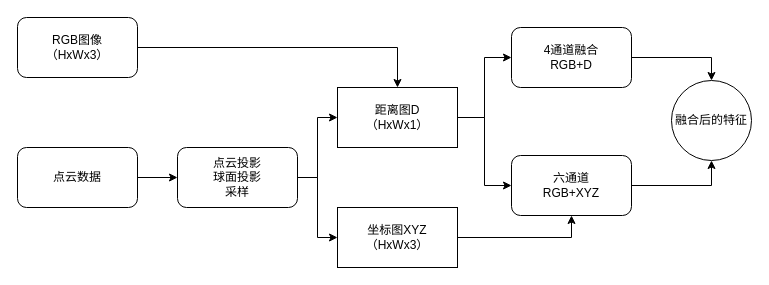
This is table.drawio from Albertchamberlain/draw_io, a draw.io file, before an edit. Source tidied: cells renumbered, new cells numbered last; positions are measured from the earlier drawing's top-left corner, leaving out a move shared by most shapes. Both pictures are drawn from the tidied source at 100%, with x=0, y=0 at pixel (17, 17).
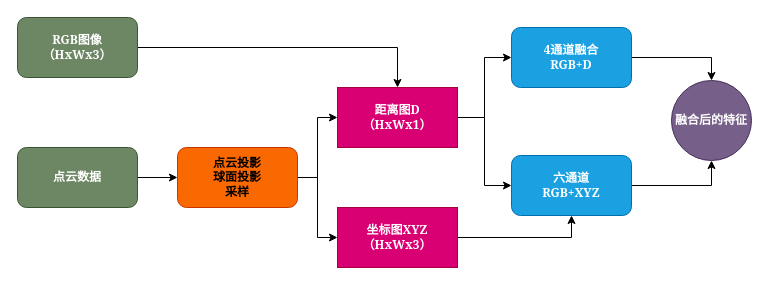
After the change.

Change to the diagram source:
```diff
@@
 <mxGraphModel>
   <root>
     <mxCell id="0" />
     <mxCell id="1" parent="0" />
     <mxCell id="2" style="edgeStyle=orthogonalEdgeStyle;rounded=0;jettySize=auto;html=1;entryX=0.5;entryY=0;entryDx=0;entryDy=0;" parent="1" edge="1" source="3" target="11">
       <mxGeometry relative="1" as="geometry" />
     </mxCell>
-    <mxCell id="3" value="RGB图像&lt;div&gt;（HxWx3）&lt;/div&gt;" style="rounded=1;whiteSpace=wrap;html=1;" parent="1" vertex="1">
+    <mxCell id="3" value="&lt;font face=&quot;Georgia&quot;&gt;&lt;b&gt;RGB图像&lt;/b&gt;&lt;/font&gt;&lt;div&gt;&lt;font face=&quot;Georgia&quot;&gt;&lt;b&gt;（HxWx3）&lt;/b&gt;&lt;/font&gt;&lt;/div&gt;" style="rounded=1;whiteSpace=wrap;html=1;fillColor=#6d8764;fontColor=#ffffff;strokeColor=#3A5431;" parent="1" vertex="1">
       <mxGeometry width="120" height="60" as="geometry" />
     </mxCell>
     <mxCell id="4" style="edgeStyle=orthogonalEdgeStyle;rounded=0;jettySize=auto;html=1;exitX=1;exitY=0.5;exitDx=0;exitDy=0;entryX=0;entryY=0.5;entryDx=0;entryDy=0;" parent="1" edge="1" source="5" target="8">
       <mxGeometry relative="1" as="geometry" />
     </mxCell>
-    <mxCell id="5" value="点云数据" style="rounded=1;whiteSpace=wrap;html=1;" parent="1" vertex="1">
+    <mxCell id="5" value="&lt;font face=&quot;Georgia&quot;&gt;&lt;b&gt;点云数据&lt;/b&gt;&lt;/font&gt;" style="rounded=1;whiteSpace=wrap;html=1;fillColor=#6d8764;fontColor=#ffffff;strokeColor=#3A5431;" parent="1" vertex="1">
       <mxGeometry y="130" width="120" height="60" as="geometry" />
     </mxCell>
     <mxCell id="6" style="edgeStyle=orthogonalEdgeStyle;rounded=0;jettySize=auto;html=1;exitX=1;exitY=0.5;exitDx=0;exitDy=0;entryX=0;entryY=0.5;entryDx=0;entryDy=0;" parent="1" edge="1" source="8" target="11">
       <mxGeometry relative="1" as="geometry" />
     </mxCell>
     <mxCell id="7" style="edgeStyle=orthogonalEdgeStyle;rounded=0;jettySize=auto;html=1;exitX=1;exitY=0.5;exitDx=0;exitDy=0;entryX=0;entryY=0.5;entryDx=0;entryDy=0;" parent="1" edge="1" source="8" target="13">
       <mxGeometry relative="1" as="geometry" />
     </mxCell>
-    <mxCell id="8" value="点云投影&lt;div&gt;球面投影&lt;/div&gt;&lt;div&gt;采样&lt;/div&gt;" style="rounded=1;whiteSpace=wrap;html=1;" parent="1" vertex="1">
+    <mxCell id="8" value="&lt;b&gt;&lt;font face=&quot;Georgia&quot;&gt;点云投影&lt;/font&gt;&lt;/b&gt;&lt;div&gt;&lt;b&gt;&lt;font face=&quot;Georgia&quot;&gt;球面投影&lt;/font&gt;&lt;/b&gt;&lt;/div&gt;&lt;div&gt;&lt;b&gt;&lt;font face=&quot;Georgia&quot;&gt;采样&lt;/font&gt;&lt;/b&gt;&lt;/div&gt;" style="rounded=1;whiteSpace=wrap;html=1;fillColor=#fa6800;fontColor=#000000;strokeColor=#C73500;" parent="1" vertex="1">
       <mxGeometry x="160" y="130" width="120" height="60" as="geometry" />
     </mxCell>
     <mxCell id="9" style="edgeStyle=orthogonalEdgeStyle;rounded=0;jettySize=auto;html=1;exitX=1;exitY=0.5;exitDx=0;exitDy=0;entryX=0;entryY=0.5;entryDx=0;entryDy=0;" parent="1" edge="1" source="11" target="17">
       <mxGeometry relative="1" as="geometry" />
     </mxCell>
     <mxCell id="10" style="edgeStyle=orthogonalEdgeStyle;rounded=0;jettySize=auto;html=1;exitX=1;exitY=0.5;exitDx=0;exitDy=0;entryX=0;entryY=0.5;entryDx=0;entryDy=0;" parent="1" edge="1" source="11" target="15">
       <mxGeometry relative="1" as="geometry" />
     </mxCell>
-    <mxCell id="11" value="距离图D&lt;div&gt;（HxWx1）&lt;/div&gt;" style="rounded=0;whiteSpace=wrap;html=1;" parent="1" vertex="1">
+    <mxCell id="11" value="&lt;font face=&quot;Georgia&quot;&gt;&lt;b&gt;距离图D&lt;/b&gt;&lt;/font&gt;&lt;div&gt;&lt;font face=&quot;Georgia&quot;&gt;&lt;b&gt;（HxWx1）&lt;/b&gt;&lt;/font&gt;&lt;/div&gt;" style="rounded=0;whiteSpace=wrap;html=1;fillColor=#d80073;fontColor=#ffffff;strokeColor=#A50040;" parent="1" vertex="1">
       <mxGeometry x="320" y="70" width="120" height="60" as="geometry" />
     </mxCell>
     <mxCell id="12" style="edgeStyle=orthogonalEdgeStyle;rounded=0;jettySize=auto;html=1;exitX=1;exitY=0.5;exitDx=0;exitDy=0;entryX=0.5;entryY=1;entryDx=0;entryDy=0;" parent="1" edge="1" source="13" target="15">
       <mxGeometry relative="1" as="geometry" />
     </mxCell>
-    <mxCell id="13" value="坐标图XYZ&lt;div&gt;（HxWx3）&lt;/div&gt;" style="rounded=0;whiteSpace=wrap;html=1;" parent="1" vertex="1">
+    <mxCell id="13" value="&lt;font face=&quot;Georgia&quot;&gt;&lt;b&gt;坐标图XYZ&lt;/b&gt;&lt;/font&gt;&lt;div&gt;&lt;font face=&quot;Georgia&quot;&gt;&lt;b&gt;（HxWx3）&lt;/b&gt;&lt;/font&gt;&lt;/div&gt;" style="rounded=0;whiteSpace=wrap;html=1;fillColor=#d80073;fontColor=#ffffff;strokeColor=#A50040;" parent="1" vertex="1">
       <mxGeometry x="320" y="190" width="120" height="60" as="geometry" />
     </mxCell>
     <mxCell id="14" style="edgeStyle=orthogonalEdgeStyle;rounded=0;jettySize=auto;html=1;exitX=1;exitY=0.5;exitDx=0;exitDy=0;entryX=0.5;entryY=1;entryDx=0;entryDy=0;" parent="1" edge="1" source="15" target="18">
       <mxGeometry relative="1" as="geometry" />
     </mxCell>
-    <mxCell id="15" value="六通道&lt;div&gt;RGB+XYZ&lt;/div&gt;" style="rounded=1;whiteSpace=wrap;html=1;" parent="1" vertex="1">
+    <mxCell id="15" value="&lt;font face=&quot;Georgia&quot;&gt;&lt;b&gt;六通道&lt;/b&gt;&lt;/font&gt;&lt;div&gt;&lt;font face=&quot;Georgia&quot;&gt;&lt;b&gt;RGB+XYZ&lt;/b&gt;&lt;/font&gt;&lt;/div&gt;" style="rounded=1;whiteSpace=wrap;html=1;fillColor=#1ba1e2;fontColor=#ffffff;strokeColor=#006EAF;" parent="1" vertex="1">
       <mxGeometry x="494" y="138" width="120" height="60" as="geometry" />
     </mxCell>
     <mxCell id="16" style="edgeStyle=orthogonalEdgeStyle;rounded=0;jettySize=auto;html=1;exitX=1;exitY=0.5;exitDx=0;exitDy=0;entryX=0.5;entryY=0;entryDx=0;entryDy=0;" parent="1" edge="1" source="17" target="18">
       <mxGeometry relative="1" as="geometry" />
     </mxCell>
-    <mxCell id="17" value="4通道融合&lt;div&gt;RGB+D&lt;/div&gt;" style="rounded=1;whiteSpace=wrap;html=1;" parent="1" vertex="1">
+    <mxCell id="17" value="&lt;font face=&quot;Georgia&quot;&gt;&lt;b&gt;4通道融合&lt;/b&gt;&lt;/font&gt;&lt;div&gt;&lt;font face=&quot;Georgia&quot;&gt;&lt;b&gt;RGB+D&lt;/b&gt;&lt;/font&gt;&lt;/div&gt;" style="rounded=1;whiteSpace=wrap;html=1;fillColor=#1ba1e2;fontColor=#ffffff;strokeColor=#006EAF;" parent="1" vertex="1">
       <mxGeometry x="494" y="10" width="120" height="60" as="geometry" />
     </mxCell>
-    <mxCell id="18" value="融合后的特征" style="ellipse;whiteSpace=wrap;html=1;" parent="1" vertex="1">
+    <mxCell id="18" value="&lt;b style=&quot;&quot;&gt;&lt;font face=&quot;Georgia&quot;&gt;融合后的特征&lt;/font&gt;&lt;/b&gt;" style="ellipse;whiteSpace=wrap;html=1;fillColor=#76608a;fontColor=#ffffff;strokeColor=#432D57;" parent="1" vertex="1">
       <mxGeometry x="654" y="63" width="80" height="80" as="geometry" />
     </mxCell>
   </root>
 </mxGraphModel>
```
